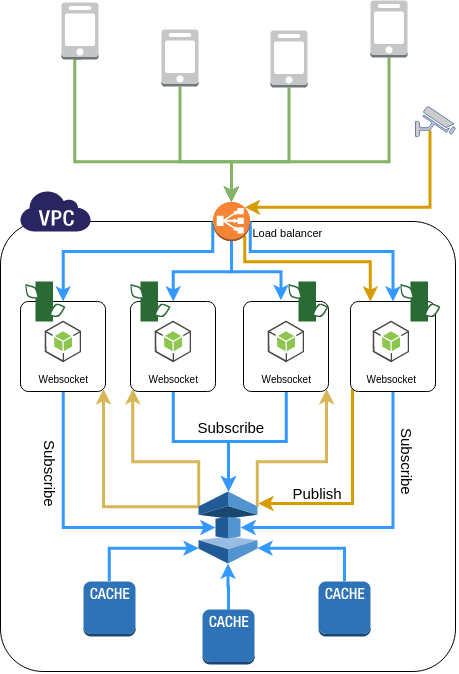
cicciodifranco/latex_thesis keeps this draw.io diagram as img/websocket.png. Above is the earlier version. Source tidied: cells renumbered, new cells last; positions are measured from the earlier drawing's top-left corner, leaving out a move shared by most shapes.
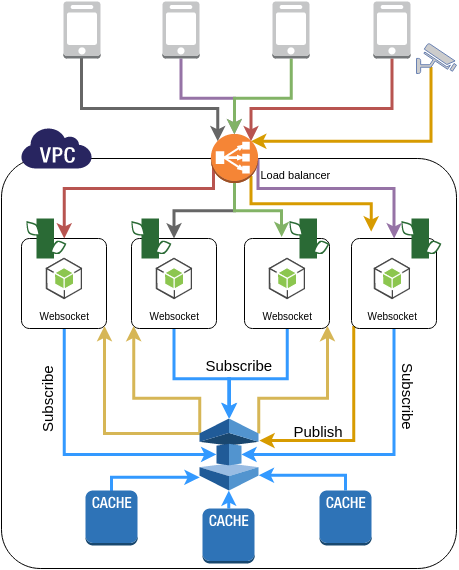
After the commit.

Change to the diagram source:
```diff
@@ -3,226 +3,7 @@
     <mxCell id="0" />
     <mxCell id="1" parent="0" />
     <mxCell id="2" style="dashed=0;html=1;shape=mxgraph.aws.groups.rrect;fillColor=none;strokeColor=#000000;gradientColor=none;shadow=0;fontSize=15;" parent="1" vertex="1">
-      <mxGeometry y="221" width="455" height="450" as="geometry" />
+      <mxGeometry y="221" width="455" height="410" as="geometry" />
     </mxCell>
-    <mxCell id="3" style="edgeStyle=orthogonalEdgeStyle;rounded=0;html=1;exitX=0.5;exitY=1;exitPerimeter=0;entryX=0.29;entryY=0.5;entryPerimeter=0;shadow=0;startSize=6;endSize=6;jettySize=auto;strokeColor=#3399FF;strokeWidth=3;fontSize=15;labelPosition=center;verticalLabelPosition=bottom;align=center;verticalAlign=bottom;" parent="1" edge="1" source="5" target="27">
-      <mxGeometry relative="1" as="geometry">
-        <Array as="points">
-          <mxPoint x="63" y="527" />
-        </Array>
-      </mxGeometry>
-    </mxCell>
-    <mxCell id="4" value="Subscribe" style="text;html=1;align=center;verticalAlign=top;labelBackgroundColor=#ffffff;fontSize=15;labelPosition=center;verticalLabelPosition=bottom;rotation=90;" parent="3" vertex="1">
-      <mxGeometry x="-0.43" y="2" relative="1" as="geometry" />
-    </mxCell>
-    <mxCell id="5" style="dashed=0;html=1;shape=mxgraph.aws.groups.rrect;fillColor=none;strokeColor=#000000;gradientColor=none;shadow=0;fontSize=15;" parent="1" vertex="1">
-      <mxGeometry x="20" y="301" width="85" height="90" as="geometry" />
-    </mxCell>
-    <mxCell id="6" style="dashed=0;html=1;shape=mxgraph.aws.groups.elastic_beanstalk_container_icon;strokeColor=none;fillColor=#2A6A35;gradientColor=none;shadow=0;fontSize=15;" parent="1" vertex="1">
-      <mxGeometry x="25" y="281" width="40" height="40" as="geometry" />
-    </mxCell>
-    <mxCell id="7" style="edgeStyle=orthogonalEdgeStyle;rounded=0;html=1;exitX=0.5;exitY=1;exitPerimeter=0;shadow=0;startSize=6;endSize=6;jettySize=auto;strokeColor=#3399FF;strokeWidth=3;fontSize=15;" parent="1" edge="1" source="8" target="27">
-      <mxGeometry relative="1" as="geometry">
-        <Array as="points">
-          <mxPoint x="173" y="441" />
-          <mxPoint x="228" y="441" />
-        </Array>
-      </mxGeometry>
-    </mxCell>
-    <mxCell id="8" style="dashed=0;html=1;shape=mxgraph.aws.groups.rrect;fillColor=none;strokeColor=#000000;gradientColor=none;shadow=0;fontSize=15;" parent="1" vertex="1">
-      <mxGeometry x="130" y="301" width="85" height="90" as="geometry" />
-    </mxCell>
-    <mxCell id="9" style="dashed=0;html=1;shape=mxgraph.aws.groups.elastic_beanstalk_container_icon;strokeColor=none;fillColor=#2A6A35;gradientColor=none;shadow=0;fontSize=15;" parent="1" vertex="1">
-      <mxGeometry x="130" y="281" width="40" height="40" as="geometry" />
-    </mxCell>
-    <mxCell id="10" style="edgeStyle=orthogonalEdgeStyle;rounded=0;html=1;exitX=0.5;exitY=1;exitPerimeter=0;shadow=0;startSize=6;endSize=6;jettySize=auto;strokeColor=#3399FF;strokeWidth=3;fontSize=15;" parent="1" edge="1" source="12">
-      <mxGeometry relative="1" as="geometry">
-        <mxPoint x="228" y="491" as="targetPoint" />
-        <Array as="points">
-          <mxPoint x="285" y="441" />
-          <mxPoint x="228" y="441" />
-        </Array>
-      </mxGeometry>
-    </mxCell>
-    <mxCell id="11" value="Subscribe" style="text;html=1;align=center;verticalAlign=bottom;labelBackgroundColor=#ffffff;fontSize=15;" parent="10" vertex="1">
-      <mxGeometry x="0.34" y="-3" relative="1" as="geometry">
-        <mxPoint y="-1" as="offset" />
-      </mxGeometry>
-    </mxCell>
-    <mxCell id="12" style="dashed=0;html=1;shape=mxgraph.aws.groups.rrect;fillColor=none;strokeColor=#000000;gradientColor=none;shadow=0;fontSize=15;" parent="1" vertex="1">
-      <mxGeometry x="243" y="301" width="85" height="90" as="geometry" />
-    </mxCell>
-    <mxCell id="13" style="dashed=0;html=1;shape=mxgraph.aws.groups.elastic_beanstalk_container_icon;strokeColor=none;fillColor=#2A6A35;gradientColor=none;shadow=0;fontSize=15;" parent="1" vertex="1">
-      <mxGeometry x="288" y="281" width="40" height="40" as="geometry" />
-    </mxCell>
-    <mxCell id="14" style="edgeStyle=orthogonalEdgeStyle;rounded=0;html=1;exitX=0.5;exitY=1;exitPerimeter=0;entryX=0.71;entryY=0.5;entryPerimeter=0;shadow=0;startSize=6;endSize=6;jettySize=auto;strokeColor=#3399FF;strokeWidth=3;fontSize=15;" parent="1" edge="1" source="18" target="27">
-      <mxGeometry relative="1" as="geometry">
-        <Array as="points">
-          <mxPoint x="393" y="527" />
-        </Array>
-      </mxGeometry>
-    </mxCell>
-    <mxCell id="15" value="Subscribe" style="text;html=1;align=center;verticalAlign=bottom;labelBackgroundColor=#ffffff;fontSize=15;rotation=90;" parent="14" vertex="1">
-      <mxGeometry x="-0.52" y="4" relative="1" as="geometry" />
-    </mxCell>
-    <mxCell id="16" style="edgeStyle=orthogonalEdgeStyle;rounded=0;html=1;exitX=0.025;exitY=0.975;exitPerimeter=0;shadow=0;startSize=6;endSize=6;jettySize=auto;strokeWidth=3;fontSize=15;plain-orange;" parent="1" edge="1" source="18">
-      <mxGeometry relative="1" as="geometry">
-        <mxPoint x="258" y="503" as="targetPoint" />
-        <Array as="points">
-          <mxPoint x="352" y="503" />
-        </Array>
-      </mxGeometry>
-    </mxCell>
-    <mxCell id="17" value="Publish" style="text;html=1;align=center;verticalAlign=bottom;labelBackgroundColor=none;fontSize=15;" parent="16" vertex="1">
-      <mxGeometry x="0.14" y="-31" relative="1" as="geometry">
-        <mxPoint x="-31" y="31" as="offset" />
-      </mxGeometry>
-    </mxCell>
-    <mxCell id="18" style="dashed=0;html=1;shape=mxgraph.aws.groups.rrect;fillColor=none;strokeColor=#000000;gradientColor=none;shadow=0;fontSize=15;" parent="1" vertex="1">
-      <mxGeometry x="350" y="301" width="85" height="90" as="geometry" />
-    </mxCell>
-    <mxCell id="19" style="dashed=0;html=1;shape=mxgraph.aws.groups.elastic_beanstalk_container_icon;strokeColor=none;fillColor=#2A6A35;gradientColor=none;shadow=0;fontSize=15;" parent="1" vertex="1">
-      <mxGeometry x="400" y="281" width="40" height="40" as="geometry" />
-    </mxCell>
-    <mxCell id="20" value="&lt;font style=&quot;font-size: 10px&quot;&gt;Websocket&lt;/font&gt;" style="dashed=0;html=1;shape=mxgraph.aws2.sdks.nodejs;strokeColor=none;shadow=0;fillColor=#D5E8D4;fontSize=15;verticalAlign=top;labelPosition=center;verticalLabelPosition=bottom;align=center;" parent="1" vertex="1">
-      <mxGeometry x="45" y="321" width="35" height="40" as="geometry" />
-    </mxCell>
-    <mxCell id="21" value="&lt;font style=&quot;font-size: 10px&quot;&gt;Websocket&lt;/font&gt;" style="dashed=0;html=1;shape=mxgraph.aws2.sdks.nodejs;strokeColor=none;shadow=0;fillColor=#D5E8D4;fontSize=15;verticalAlign=top;labelPosition=center;verticalLabelPosition=bottom;align=center;" parent="1" vertex="1">
-      <mxGeometry x="155" y="321" width="35" height="40" as="geometry" />
-    </mxCell>
-    <mxCell id="22" value="&lt;font style=&quot;font-size: 10px&quot;&gt;Websocket&lt;/font&gt;" style="dashed=0;html=1;shape=mxgraph.aws2.sdks.nodejs;strokeColor=none;shadow=0;fillColor=#D5E8D4;fontSize=15;verticalAlign=top;labelPosition=center;verticalLabelPosition=bottom;align=center;" parent="1" vertex="1">
-      <mxGeometry x="268" y="321" width="35" height="40" as="geometry" />
-    </mxCell>
-    <mxCell id="23" value="&lt;font style=&quot;font-size: 10px&quot;&gt;Websocket&lt;/font&gt;" style="dashed=0;html=1;shape=mxgraph.aws2.sdks.nodejs;strokeColor=none;shadow=0;fillColor=#D5E8D4;fontSize=15;verticalAlign=top;labelPosition=center;verticalLabelPosition=bottom;align=center;" parent="1" vertex="1">
-      <mxGeometry x="373" y="321" width="35" height="40" as="geometry" />
-    </mxCell>
-    <mxCell id="24" style="edgeStyle=orthogonalEdgeStyle;rounded=0;html=1;exitX=1;exitY=0.21;exitPerimeter=0;entryX=0.975;entryY=0.975;entryPerimeter=0;shadow=0;startSize=6;endSize=6;jettySize=auto;strokeWidth=3;fontSize=15;plain-yellow;" parent="1" edge="1" source="27" target="12">
-      <mxGeometry relative="1" as="geometry">
-        <Array as="points">
-          <mxPoint x="257" y="461" />
-          <mxPoint x="326" y="461" />
-        </Array>
-      </mxGeometry>
-    </mxCell>
-    <mxCell id="25" style="edgeStyle=orthogonalEdgeStyle;rounded=0;html=1;exitX=0;exitY=0.21;exitPerimeter=0;entryX=0.025;entryY=0.975;entryPerimeter=0;shadow=0;startSize=6;endSize=6;jettySize=auto;strokeWidth=3;fontSize=15;plain-yellow;" parent="1" edge="1" source="27" target="8">
-      <mxGeometry relative="1" as="geometry">
-        <Array as="points">
-          <mxPoint x="198" y="461" />
-          <mxPoint x="132" y="461" />
-        </Array>
-      </mxGeometry>
-    </mxCell>
-    <mxCell id="26" style="edgeStyle=orthogonalEdgeStyle;rounded=0;html=1;exitX=0;exitY=0.21;exitPerimeter=0;entryX=0.975;entryY=0.975;entryPerimeter=0;shadow=0;startSize=6;endSize=6;jettySize=auto;strokeWidth=3;fontSize=15;plain-yellow;" parent="1" edge="1" source="27" target="5">
-      <mxGeometry relative="1" as="geometry" />
-    </mxCell>
-    <mxCell id="27" style="dashed=0;html=1;shape=mxgraph.aws2.database.elasticcache;strokeColor=none;shadow=0;fillColor=#D5E8D4;fontSize=15;" parent="1" vertex="1">
-      <mxGeometry x="198" y="491" width="59" height="72" as="geometry" />
-    </mxCell>
-    <mxCell id="28" style="edgeStyle=orthogonalEdgeStyle;rounded=0;html=1;exitX=0.5;exitY=0;exitPerimeter=0;entryX=0;entryY=0.79;entryPerimeter=0;shadow=0;startSize=6;endSize=6;jettySize=auto;strokeColor=#3399FF;strokeWidth=3;fontSize=15;" parent="1" edge="1" source="29" target="27">
-      <mxGeometry relative="1" as="geometry" />
-    </mxCell>
-    <mxCell id="29" style="dashed=0;html=1;shape=mxgraph.aws2.database.elasticcache_node;strokeColor=none;shadow=0;fillColor=#D5E8D4;fontSize=15;" parent="1" vertex="1">
-      <mxGeometry x="83" y="581" width="52" height="55" as="geometry" />
-    </mxCell>
-    <mxCell id="30" style="edgeStyle=orthogonalEdgeStyle;rounded=0;html=1;exitX=0.5;exitY=0;exitPerimeter=0;entryX=0.5;entryY=1;entryPerimeter=0;shadow=0;startSize=6;endSize=6;jettySize=auto;strokeColor=#3399FF;strokeWidth=3;fontSize=15;" parent="1" edge="1" source="31" target="27">
-      <mxGeometry relative="1" as="geometry" />
-    </mxCell>
-    <mxCell id="31" style="dashed=0;html=1;shape=mxgraph.aws2.database.elasticcache_node;strokeColor=none;shadow=0;fillColor=#D5E8D4;fontSize=15;" parent="1" vertex="1">
-      <mxGeometry x="202" y="609" width="52" height="55" as="geometry" />
-    </mxCell>
-    <mxCell id="32" style="edgeStyle=orthogonalEdgeStyle;rounded=0;html=1;exitX=0.5;exitY=0;exitPerimeter=0;entryX=1;entryY=0.79;entryPerimeter=0;shadow=0;startSize=6;endSize=6;jettySize=auto;strokeColor=#3399FF;strokeWidth=3;fontSize=15;" parent="1" edge="1" source="33" target="27">
-      <mxGeometry relative="1" as="geometry" />
-    </mxCell>
-    <mxCell id="33" style="dashed=0;html=1;shape=mxgraph.aws2.database.elasticcache_node;strokeColor=none;shadow=0;fillColor=#D5E8D4;fontSize=15;" parent="1" vertex="1">
-      <mxGeometry x="318" y="581" width="52" height="55" as="geometry" />
-    </mxCell>
-    <mxCell id="34" style="edgeStyle=orthogonalEdgeStyle;rounded=0;html=1;shadow=0;startSize=6;endSize=6;jettySize=auto;strokeWidth=3;fontSize=15;entryX=0.5;entryY=0.01;entryPerimeter=0;plain-green;exitX=0.505;exitY=0.953;exitPerimeter=0;" parent="1" edge="1" source="35" target="49">
-      <mxGeometry relative="1" as="geometry">
-        <Array as="points">
-          <mxPoint x="80" y="58" />
-          <mxPoint x="74" y="58" />
-          <mxPoint x="74" y="161" />
-          <mxPoint x="231" y="161" />
-        </Array>
-      </mxGeometry>
-    </mxCell>
-    <mxCell id="35" style="dashed=0;html=1;shape=mxgraph.aws2.non-service_specific.mobile_client;strokeColor=none;shadow=0;fillColor=#D5E8D4;fontSize=15;" parent="1" vertex="1">
-      <mxGeometry x="61" y="2" width="37" height="57" as="geometry" />
-    </mxCell>
-    <mxCell id="36" style="edgeStyle=orthogonalEdgeStyle;rounded=0;html=1;exitX=0.5;exitY=1;exitPerimeter=0;entryX=0.5;entryY=0.01;entryPerimeter=0;shadow=0;startSize=6;endSize=6;jettySize=auto;strokeWidth=3;fontSize=15;plain-green;" parent="1" edge="1" source="37" target="49">
-      <mxGeometry relative="1" as="geometry">
-        <Array as="points">
-          <mxPoint x="179" y="161" />
-          <mxPoint x="231" y="161" />
-        </Array>
-      </mxGeometry>
-    </mxCell>
-    <mxCell id="37" style="dashed=0;html=1;shape=mxgraph.aws2.non-service_specific.mobile_client;strokeColor=none;shadow=0;fillColor=#D5E8D4;fontSize=15;" parent="1" vertex="1">
-      <mxGeometry x="161" y="29" width="37" height="57" as="geometry" />
-    </mxCell>
-    <mxCell id="38" style="edgeStyle=orthogonalEdgeStyle;rounded=0;html=1;exitX=0.5;exitY=1;exitPerimeter=0;shadow=0;startSize=6;endSize=6;jettySize=auto;strokeWidth=3;fontSize=15;plain-green;" parent="1" edge="1" source="39">
-      <mxGeometry relative="1" as="geometry">
-        <mxPoint x="231" y="201" as="targetPoint" />
-        <Array as="points">
-          <mxPoint x="389" y="161" />
-          <mxPoint x="231" y="161" />
-        </Array>
-      </mxGeometry>
-    </mxCell>
-    <mxCell id="39" style="dashed=0;html=1;shape=mxgraph.aws2.non-service_specific.mobile_client;strokeColor=none;shadow=0;fillColor=#D5E8D4;fontSize=15;" parent="1" vertex="1">
-      <mxGeometry x="370" width="37" height="57" as="geometry" />
-    </mxCell>
-    <mxCell id="40" style="edgeStyle=orthogonalEdgeStyle;rounded=0;html=1;exitX=0.01;exitY=0.5;exitPerimeter=0;entryX=0.5;entryY=0;entryPerimeter=0;shadow=0;startSize=6;endSize=6;jettySize=auto;strokeColor=#3399FF;strokeWidth=3;fontSize=15;" parent="1" edge="1" source="49" target="5">
-      <mxGeometry relative="1" as="geometry">
-        <Array as="points">
-          <mxPoint x="212" y="251" />
-          <mxPoint x="63" y="251" />
-        </Array>
-      </mxGeometry>
-    </mxCell>
-    <mxCell id="41" style="edgeStyle=orthogonalEdgeStyle;rounded=0;html=1;exitX=0.5;exitY=0.99;exitPerimeter=0;entryX=0.5;entryY=0;entryPerimeter=0;shadow=0;startSize=6;endSize=6;jettySize=auto;strokeColor=#3399FF;strokeWidth=3;fontSize=15;" parent="1" edge="1" source="49" target="8">
-      <mxGeometry relative="1" as="geometry" />
-    </mxCell>
-    <mxCell id="42" style="edgeStyle=orthogonalEdgeStyle;rounded=0;html=1;exitX=0.5;exitY=0.99;exitPerimeter=0;entryX=0.438;entryY=-0.013;entryPerimeter=0;shadow=0;startSize=6;endSize=6;jettySize=auto;strokeColor=#3399FF;strokeWidth=3;fontSize=15;" parent="1" edge="1" source="49" target="12">
-      <mxGeometry relative="1" as="geometry" />
-    </mxCell>
-    <mxCell id="43" style="edgeStyle=orthogonalEdgeStyle;rounded=0;html=1;exitX=0.99;exitY=0.5;exitPerimeter=0;entryX=0.5;entryY=0;entryPerimeter=0;shadow=0;startSize=6;endSize=6;jettySize=auto;strokeColor=#3399FF;strokeWidth=3;fontSize=15;" parent="1" edge="1" source="49" target="18">
-      <mxGeometry relative="1" as="geometry">
-        <Array as="points">
-          <mxPoint x="250" y="251" />
-          <mxPoint x="392" y="251" />
-        </Array>
-      </mxGeometry>
-    </mxCell>
-    <mxCell id="44" style="edgeStyle=orthogonalEdgeStyle;rounded=0;html=1;exitX=0.5;exitY=1;exitPerimeter=0;entryX=0.5;entryY=0.01;entryPerimeter=0;shadow=0;startSize=6;endSize=6;jettySize=auto;strokeWidth=3;fontSize=15;plain-green;" parent="1" edge="1" source="45" target="49">
-      <mxGeometry relative="1" as="geometry">
-        <Array as="points">
-          <mxPoint x="289" y="161" />
-          <mxPoint x="231" y="161" />
-        </Array>
-      </mxGeometry>
-    </mxCell>
-    <mxCell id="45" style="dashed=0;html=1;shape=mxgraph.aws2.non-service_specific.mobile_client;strokeColor=none;shadow=0;fillColor=#D5E8D4;fontSize=15;" parent="1" vertex="1">
-      <mxGeometry x="270" y="30" width="37" height="57" as="geometry" />
-    </mxCell>
-    <mxCell id="46" style="edgeStyle=orthogonalEdgeStyle;rounded=0;html=1;exitX=0.36;exitY=0.79;exitPerimeter=0;entryX=0.85;entryY=0.15;entryPerimeter=0;shadow=0;startSize=6;endSize=6;jettySize=auto;strokeWidth=3;fontSize=15;plain-orange;" parent="1" edge="1" source="47" target="49">
-      <mxGeometry relative="1" as="geometry">
-        <Array as="points">
-          <mxPoint x="429" y="207" />
-        </Array>
-      </mxGeometry>
-    </mxCell>
-    <mxCell id="47" style="fontColor=#0066CC;verticalAlign=top;verticalLabelPosition=bottom;labelPosition=center;align=center;html=1;fillColor=#CCCCCC;strokeColor=#6881B3;gradientColor=none;gradientDirection=north;strokeWidth=2;shape=mxgraph.networks.security_camera;shadow=0;" parent="1" vertex="1">
-      <mxGeometry x="415" y="106" width="40" height="30" as="geometry" />
-    </mxCell>
-    <mxCell id="48" style="edgeStyle=orthogonalEdgeStyle;rounded=0;html=1;exitX=0.85;exitY=0.85;exitPerimeter=0;entryX=0.813;entryY=0.178;entryPerimeter=0;shadow=0;startSize=6;endSize=6;jettySize=auto;strokeWidth=3;fontSize=15;plain-orange;" parent="1" edge="1" source="49" target="2">
-      <mxGeometry relative="1" as="geometry" />
-    </mxCell>
-    <mxCell id="49" value="&lt;font style=&quot;font-size: 11px&quot;&gt;Load balancer&lt;/font&gt;" style="shape=mxgraph.aws2.compute_and_networking.elastic_load_balancing;html=1;strokeColor=none;verticalLabelPosition=middle;verticalAlign=bottom;shadow=0;dashed=0;fillColor=#D5E8D4;fontSize=15;labelPosition=right;align=left;" parent="1" vertex="1">
-      <mxGeometry x="212" y="201" width="38" height="40" as="geometry" />
-    </mxCell>
-    <mxCell id="50" style="dashed=0;html=1;shape=mxgraph.aws.groups.virtual_private_cloud_icon;strokeColor=none;fillColor=#282560;gradientColor=none;shadow=0;fontSize=15;" parent="1" vertex="1">
-      <mxGeometry x="20" y="191" width="70" height="40" as="geometry" />
-    </mxCell>
   </root>
 </mxGraphModel>
```
